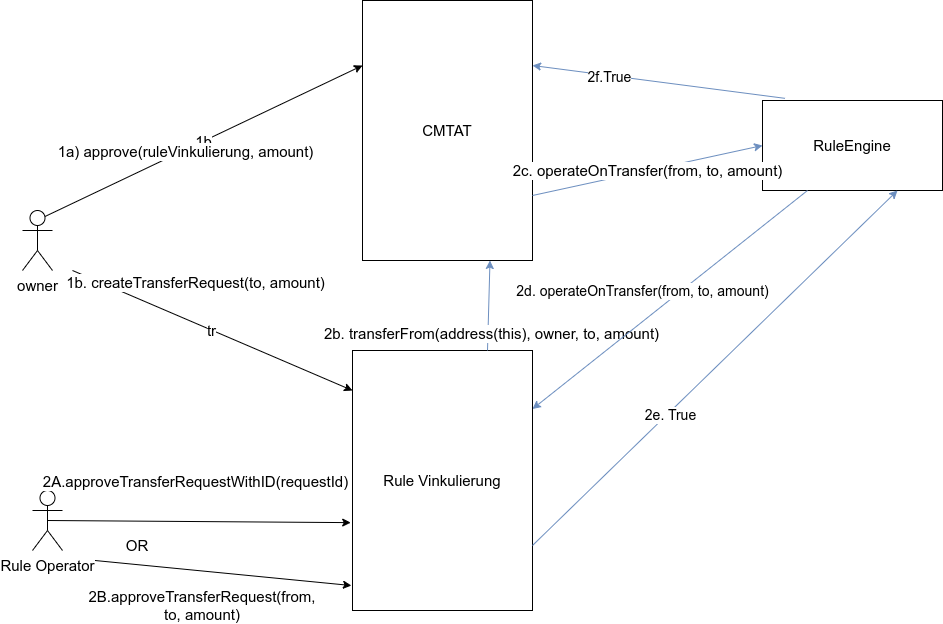
Earlier version of the draw.io export doc/schema/rule/conditionalTransfer-automaticTransfer.drawio.png (CMTA/RuleEngine). Source tidied: cells renumbered, new cells last; positions are measured from the earlier drawing's top-left corner, leaving out a move shared by most shapes. The source it was exported from:
```xml
<mxGraphModel>
  <root>
    <mxCell id="0" />
    <mxCell id="1" parent="0" />
    <mxCell id="2" value="owner" style="shape=umlActor;verticalLabelPosition=bottom;verticalAlign=top;html=1;outlineConnect=0;fontSize=15;" parent="1" vertex="1">
      <mxGeometry y="210" width="30" height="60" as="geometry" />
    </mxCell>
    <mxCell id="3" value="Rule Vinkulierung" style="rounded=0;whiteSpace=wrap;html=1;fontSize=15;" parent="1" vertex="1">
      <mxGeometry x="330" y="350" width="180" height="260" as="geometry" />
    </mxCell>
    <mxCell id="4" value="tr" style="endArrow=classic;html=1;rounded=0;fontSize=15;" parent="1" edge="1">
      <mxGeometry relative="1" as="geometry">
        <mxPoint x="50" y="270" as="sourcePoint" />
        <mxPoint x="330" y="390" as="targetPoint" />
      </mxGeometry>
    </mxCell>
    <mxCell id="5" value="1b. createTransferRequest(to, amount)" style="edgeLabel;html=1;align=center;verticalAlign=middle;fontSize=15;" parent="4" vertex="1">
      <mxGeometry x="-0.13" y="-1" relative="1" as="geometry">
        <mxPoint x="1" y="-42" as="offset" />
      </mxGeometry>
    </mxCell>
    <mxCell id="6" value="Rule Operator" style="shape=umlActor;verticalLabelPosition=bottom;verticalAlign=top;html=1;outlineConnect=0;fontSize=15;" parent="1" vertex="1">
      <mxGeometry x="10" y="490" width="30" height="60" as="geometry" />
    </mxCell>
    <mxCell id="7" style="endArrow=classic;html=1;rounded=0;exitX=0.5;exitY=0.5;exitDx=0;exitDy=0;exitPerimeter=0;fontSize=15;entryX=-0.01;entryY=0.662;entryDx=0;entryDy=0;entryPerimeter=0;" parent="1" edge="1" source="6" target="3">
      <mxGeometry relative="1" as="geometry" />
    </mxCell>
    <mxCell id="8" value="2A.approveTransferRequestWithID(requestId)" style="edgeLabel;html=1;align=center;verticalAlign=middle;fontSize=15;" parent="7" vertex="1">
      <mxGeometry x="0.25" y="-1" relative="1" as="geometry">
        <mxPoint x="-41" y="-42" as="offset" />
      </mxGeometry>
    </mxCell>
    <mxCell id="9" style="endArrow=classic;html=1;rounded=0;fontSize=15;exitX=0.75;exitY=0;exitDx=0;exitDy=0;entryX=0.75;entryY=1;entryDx=0;entryDy=0;fillColor=#dae8fc;strokeColor=#6c8ebf;" parent="1" edge="1" source="3" target="11">
      <mxGeometry relative="1" as="geometry" />
    </mxCell>
    <mxCell id="10" value="2b. transferFrom(address(this), owner, to, amount)" style="edgeLabel;html=1;align=center;verticalAlign=middle;fontSize=15;" parent="9" vertex="1">
      <mxGeometry x="-0.6" y="2" relative="1" as="geometry">
        <mxPoint x="5" as="offset" />
      </mxGeometry>
    </mxCell>
    <mxCell id="11" value="CMTAT" style="rounded=0;whiteSpace=wrap;html=1;fontSize=15;" parent="1" vertex="1">
      <mxGeometry x="340" width="170" height="260" as="geometry" />
    </mxCell>
    <mxCell id="12" value="RuleEngine" style="rounded=0;whiteSpace=wrap;html=1;fontSize=15;" parent="1" vertex="1">
      <mxGeometry x="740" y="100" width="180" height="90" as="geometry" />
    </mxCell>
    <mxCell id="13" value="2c.&amp;nbsp;&lt;span class=&quot;pl-k&quot;&gt;operateOnTransfer&lt;/span&gt;(from, to, amount)" style="endArrow=classic;html=1;rounded=0;entryX=0;entryY=0.5;entryDx=0;entryDy=0;fontSize=15;exitX=1;exitY=0.75;exitDx=0;exitDy=0;fillColor=#dae8fc;strokeColor=#6c8ebf;" parent="1" edge="1" source="11" target="12">
      <mxGeometry relative="1" as="geometry" />
    </mxCell>
    <mxCell id="14" value="OR" style="text;html=1;strokeColor=none;fillColor=none;align=center;verticalAlign=middle;whiteSpace=wrap;rounded=0;fontSize=15;" parent="1" vertex="1">
      <mxGeometry x="30" y="530" width="170" height="30" as="geometry" />
    </mxCell>
    <mxCell id="15" style="endArrow=classic;html=1;rounded=0;fontSize=15;exitX=0.25;exitY=1;exitDx=0;exitDy=0;entryX=-0.006;entryY=0.904;entryDx=0;entryDy=0;entryPerimeter=0;" parent="1" edge="1" source="14" target="3">
      <mxGeometry relative="1" as="geometry" />
    </mxCell>
    <mxCell id="16" value="2B.approveTransferRequest(from, to, amount)" style="text;html=1;strokeColor=none;fillColor=none;align=center;verticalAlign=middle;whiteSpace=wrap;rounded=0;fontSize=15;" parent="1" vertex="1">
      <mxGeometry x="150" y="590" width="60" height="30" as="geometry" />
    </mxCell>
    <mxCell id="17" style="endArrow=classic;html=1;rounded=0;exitX=0.125;exitY=-0.024;exitDx=0;exitDy=0;fontSize=15;exitPerimeter=0;entryX=1;entryY=0.25;entryDx=0;entryDy=0;fillColor=#dae8fc;strokeColor=#6c8ebf;" parent="1" edge="1" source="12" target="11">
      <mxGeometry x="-0.13" y="-54" relative="1" as="geometry" />
    </mxCell>
    <mxCell id="18" value="2f.True" style="edgeLabel;html=1;align=center;verticalAlign=middle;fontSize=14;" parent="17" vertex="1">
      <mxGeometry x="0.39" y="2" relative="1" as="geometry" />
    </mxCell>
    <mxCell id="19" value="1b" style="endArrow=classic;html=1;rounded=0;entryX=0;entryY=0.25;entryDx=0;entryDy=0;fontSize=15;exitX=0.75;exitY=0.1;exitDx=0;exitDy=0;exitPerimeter=0;" parent="1" edge="1" source="2" target="11">
      <mxGeometry relative="1" as="geometry" />
    </mxCell>
    <mxCell id="20" value="1a) approve(ruleVinkulierung, amount)" style="edgeLabel;html=1;align=center;verticalAlign=middle;fontSize=15;" parent="19" vertex="1">
      <mxGeometry x="-0.13" y="-1" relative="1" as="geometry" />
    </mxCell>
    <mxCell id="21" value="2d. operateOnTransfer(from, to, amount)" style="endArrow=classic;html=1;rounded=0;exitX=0.25;exitY=1;exitDx=0;exitDy=0;fillColor=#dae8fc;strokeColor=#6c8ebf;fontSize=14;" parent="1" edge="1" source="12" target="3">
      <mxGeometry x="0.09" y="-24" relative="1" as="geometry" />
    </mxCell>
    <mxCell id="22" style="endArrow=classic;html=1;rounded=0;exitX=1;exitY=0.75;exitDx=0;exitDy=0;entryX=0.75;entryY=1;entryDx=0;entryDy=0;fillColor=#dae8fc;strokeColor=#6c8ebf;" parent="1" edge="1" source="3" target="12">
      <mxGeometry relative="1" as="geometry" />
    </mxCell>
    <mxCell id="23" value="2e. True" style="edgeLabel;html=1;align=center;verticalAlign=middle;fontSize=14;" parent="22" vertex="1">
      <mxGeometry x="-0.25" y="-2" relative="1" as="geometry" />
    </mxCell>
  </root>
</mxGraphModel>
```
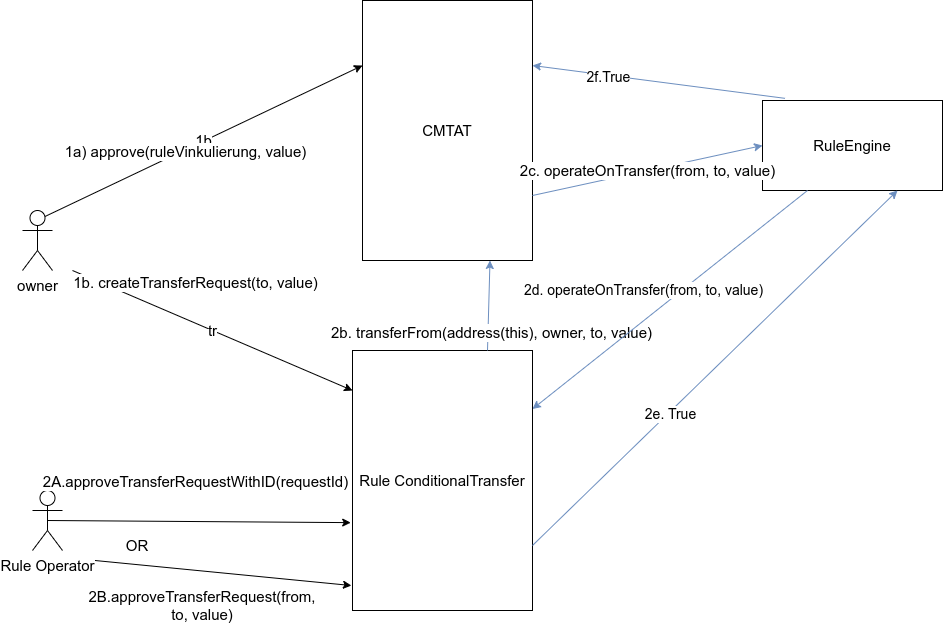
After the change.

Change to the diagram source:
```diff
@@ -5,7 +5,7 @@
     <mxCell id="2" value="owner" style="shape=umlActor;verticalLabelPosition=bottom;verticalAlign=top;html=1;outlineConnect=0;fontSize=15;" parent="1" vertex="1">
       <mxGeometry y="210" width="30" height="60" as="geometry" />
     </mxCell>
-    <mxCell id="3" value="Rule Vinkulierung" style="rounded=0;whiteSpace=wrap;html=1;fontSize=15;" parent="1" vertex="1">
+    <mxCell id="3" value="Rule ConditionalTransfer" style="rounded=0;whiteSpace=wrap;html=1;fontSize=15;" parent="1" vertex="1">
       <mxGeometry x="330" y="350" width="180" height="260" as="geometry" />
     </mxCell>
     <mxCell id="4" value="tr" style="endArrow=classic;html=1;rounded=0;fontSize=15;" parent="1" edge="1">
@@ -14,7 +14,7 @@
         <mxPoint x="330" y="390" as="targetPoint" />
       </mxGeometry>
     </mxCell>
-    <mxCell id="5" value="1b. createTransferRequest(to, amount)" style="edgeLabel;html=1;align=center;verticalAlign=middle;fontSize=15;" parent="4" vertex="1">
+    <mxCell id="5" value="1b. createTransferRequest(to, value)" style="edgeLabel;html=1;align=center;verticalAlign=middle;fontSize=15;" parent="4" vertex="1">
       <mxGeometry x="-0.13" y="-1" relative="1" as="geometry">
         <mxPoint x="1" y="-42" as="offset" />
       </mxGeometry>
@@ -33,7 +33,7 @@
     <mxCell id="9" style="endArrow=classic;html=1;rounded=0;fontSize=15;exitX=0.75;exitY=0;exitDx=0;exitDy=0;entryX=0.75;entryY=1;entryDx=0;entryDy=0;fillColor=#dae8fc;strokeColor=#6c8ebf;" parent="1" edge="1" source="3" target="11">
       <mxGeometry relative="1" as="geometry" />
     </mxCell>
-    <mxCell id="10" value="2b. transferFrom(address(this), owner, to, amount)" style="edgeLabel;html=1;align=center;verticalAlign=middle;fontSize=15;" parent="9" vertex="1">
+    <mxCell id="10" value="2b. transferFrom(address(this), owner, to, value)" style="edgeLabel;html=1;align=center;verticalAlign=middle;fontSize=15;" parent="9" vertex="1">
       <mxGeometry x="-0.6" y="2" relative="1" as="geometry">
         <mxPoint x="5" as="offset" />
       </mxGeometry>
@@ -44,7 +44,7 @@
     <mxCell id="12" value="RuleEngine" style="rounded=0;whiteSpace=wrap;html=1;fontSize=15;" parent="1" vertex="1">
       <mxGeometry x="740" y="100" width="180" height="90" as="geometry" />
     </mxCell>
-    <mxCell id="13" value="2c.&amp;nbsp;&lt;span class=&quot;pl-k&quot;&gt;operateOnTransfer&lt;/span&gt;(from, to, amount)" style="endArrow=classic;html=1;rounded=0;entryX=0;entryY=0.5;entryDx=0;entryDy=0;fontSize=15;exitX=1;exitY=0.75;exitDx=0;exitDy=0;fillColor=#dae8fc;strokeColor=#6c8ebf;" parent="1" edge="1" source="11" target="12">
+    <mxCell id="13" value="2c.&amp;nbsp;&lt;span class=&quot;pl-k&quot;&gt;operateOnTransfer&lt;/span&gt;(from, to, value)" style="endArrow=classic;html=1;rounded=0;entryX=0;entryY=0.5;entryDx=0;entryDy=0;fontSize=15;exitX=1;exitY=0.75;exitDx=0;exitDy=0;fillColor=#dae8fc;strokeColor=#6c8ebf;" parent="1" edge="1" source="11" target="12">
       <mxGeometry relative="1" as="geometry" />
     </mxCell>
     <mxCell id="14" value="OR" style="text;html=1;strokeColor=none;fillColor=none;align=center;verticalAlign=middle;whiteSpace=wrap;rounded=0;fontSize=15;" parent="1" vertex="1">
@@ -53,7 +53,7 @@
     <mxCell id="15" style="endArrow=classic;html=1;rounded=0;fontSize=15;exitX=0.25;exitY=1;exitDx=0;exitDy=0;entryX=-0.006;entryY=0.904;entryDx=0;entryDy=0;entryPerimeter=0;" parent="1" edge="1" source="14" target="3">
       <mxGeometry relative="1" as="geometry" />
     </mxCell>
-    <mxCell id="16" value="2B.approveTransferRequest(from, to, amount)" style="text;html=1;strokeColor=none;fillColor=none;align=center;verticalAlign=middle;whiteSpace=wrap;rounded=0;fontSize=15;" parent="1" vertex="1">
+    <mxCell id="16" value="2B.approveTransferRequest(from, to, value)" style="text;html=1;strokeColor=none;fillColor=none;align=center;verticalAlign=middle;whiteSpace=wrap;rounded=0;fontSize=15;" parent="1" vertex="1">
       <mxGeometry x="150" y="590" width="60" height="30" as="geometry" />
     </mxCell>
     <mxCell id="17" style="endArrow=classic;html=1;rounded=0;exitX=0.125;exitY=-0.024;exitDx=0;exitDy=0;fontSize=15;exitPerimeter=0;entryX=1;entryY=0.25;entryDx=0;entryDy=0;fillColor=#dae8fc;strokeColor=#6c8ebf;" parent="1" edge="1" source="12" target="11">
@@ -65,10 +65,10 @@
     <mxCell id="19" value="1b" style="endArrow=classic;html=1;rounded=0;entryX=0;entryY=0.25;entryDx=0;entryDy=0;fontSize=15;exitX=0.75;exitY=0.1;exitDx=0;exitDy=0;exitPerimeter=0;" parent="1" edge="1" source="2" target="11">
       <mxGeometry relative="1" as="geometry" />
     </mxCell>
-    <mxCell id="20" value="1a) approve(ruleVinkulierung, amount)" style="edgeLabel;html=1;align=center;verticalAlign=middle;fontSize=15;" parent="19" vertex="1">
+    <mxCell id="20" value="1a) approve(ruleVinkulierung, value)" style="edgeLabel;html=1;align=center;verticalAlign=middle;fontSize=15;" parent="19" vertex="1">
       <mxGeometry x="-0.13" y="-1" relative="1" as="geometry" />
     </mxCell>
-    <mxCell id="21" value="2d. operateOnTransfer(from, to, amount)" style="endArrow=classic;html=1;rounded=0;exitX=0.25;exitY=1;exitDx=0;exitDy=0;fillColor=#dae8fc;strokeColor=#6c8ebf;fontSize=14;" parent="1" edge="1" source="12" target="3">
+    <mxCell id="21" value="2d. operateOnTransfer(from, to, value)" style="endArrow=classic;html=1;rounded=0;exitX=0.25;exitY=1;exitDx=0;exitDy=0;fillColor=#dae8fc;strokeColor=#6c8ebf;fontSize=14;" parent="1" edge="1" source="12" target="3">
       <mxGeometry x="0.09" y="-24" relative="1" as="geometry" />
     </mxCell>
     <mxCell id="22" style="endArrow=classic;html=1;rounded=0;exitX=1;exitY=0.75;exitDx=0;exitDy=0;entryX=0.75;entryY=1;entryDx=0;entryDy=0;fillColor=#dae8fc;strokeColor=#6c8ebf;" parent="1" edge="1" source="3" target="12">
```
